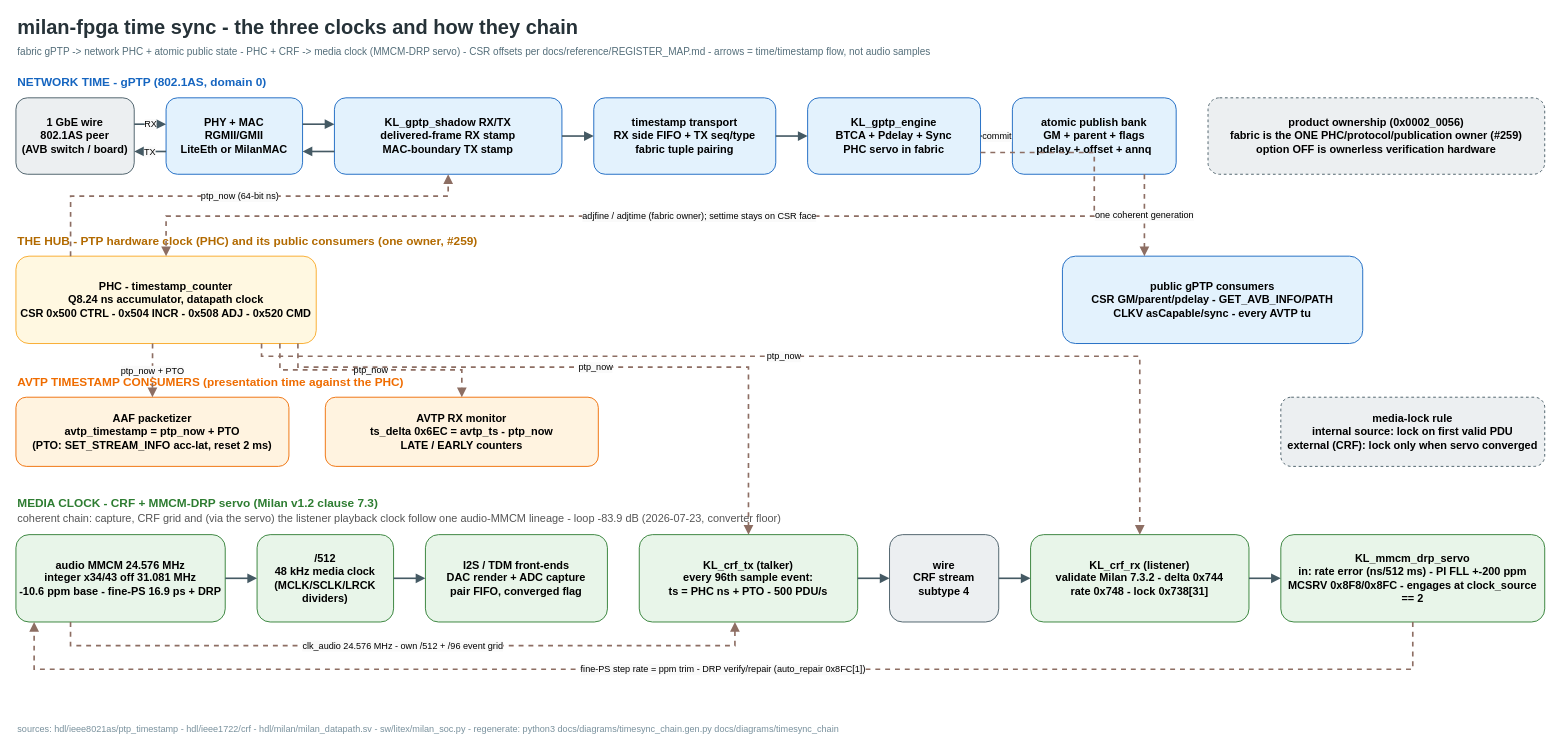
Before: docs/diagrams/timesync_chain.drawio in kebag-logic/milan-fpga, a draw.io diagram. Source tidied: cells renumbered, new cells numbered last; positions are measured from the earlier drawing's top-left corner, leaving out a move shared by most shapes. Both pictures are drawn from the tidied source at 91%, with x=0, y=0 at pixel (15, 17).
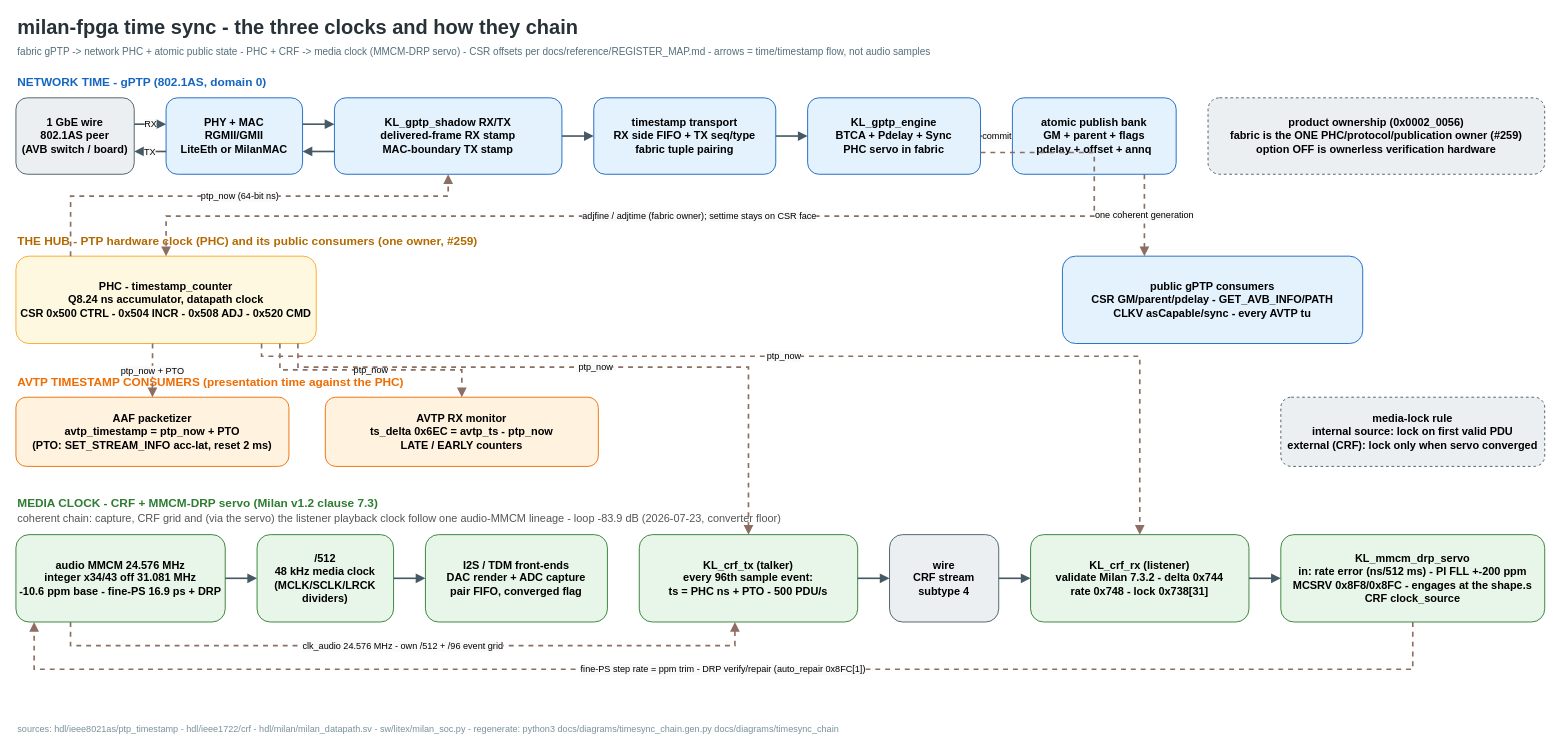
The same page after the edit.

The edit, as a diff of the source:
```diff
@@
-    <mxCell id="20" value="KL_mmcm_drp_servo&#10;in: rate error (ns/512 ms) - PI FLL +-200 ppm&#10;MCSRV 0x8F8/0x8FC - engages at clock_source == 2" style="rounded=1;whiteSpace=wrap;html=1;fillColor=#E8F5E9;strokeColor=#2E7D32;fontSize=12;align=center;verticalAlign=middle;fontStyle=1;" parent="1" vertex="1">
+    <mxCell id="20" value="KL_mmcm_drp_servo&#10;in: rate error (ns/512 ms) - PI FLL +-200 ppm&#10;MCSRV 0x8F8/0x8FC - engages at the shape.s CRF clock_source" style="rounded=1;whiteSpace=wrap;html=1;fillColor=#E8F5E9;strokeColor=#2E7D32;fontSize=12;align=center;verticalAlign=middle;fontStyle=1;" parent="1" vertex="1">
       <mxGeometry x="1390" y="568" width="290" height="96" as="geometry" />
     </mxCell>
```
